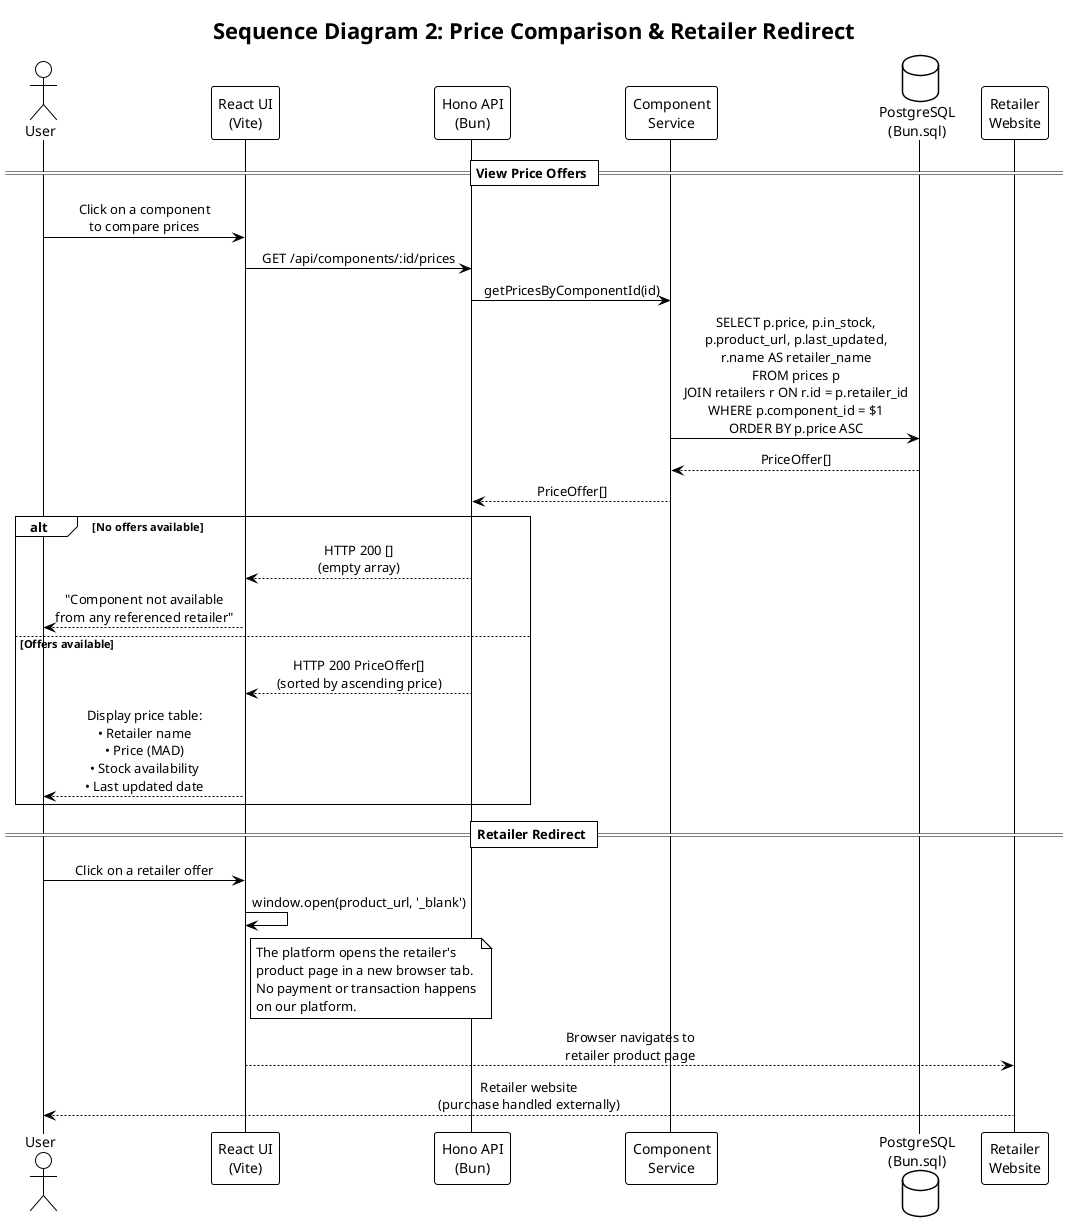
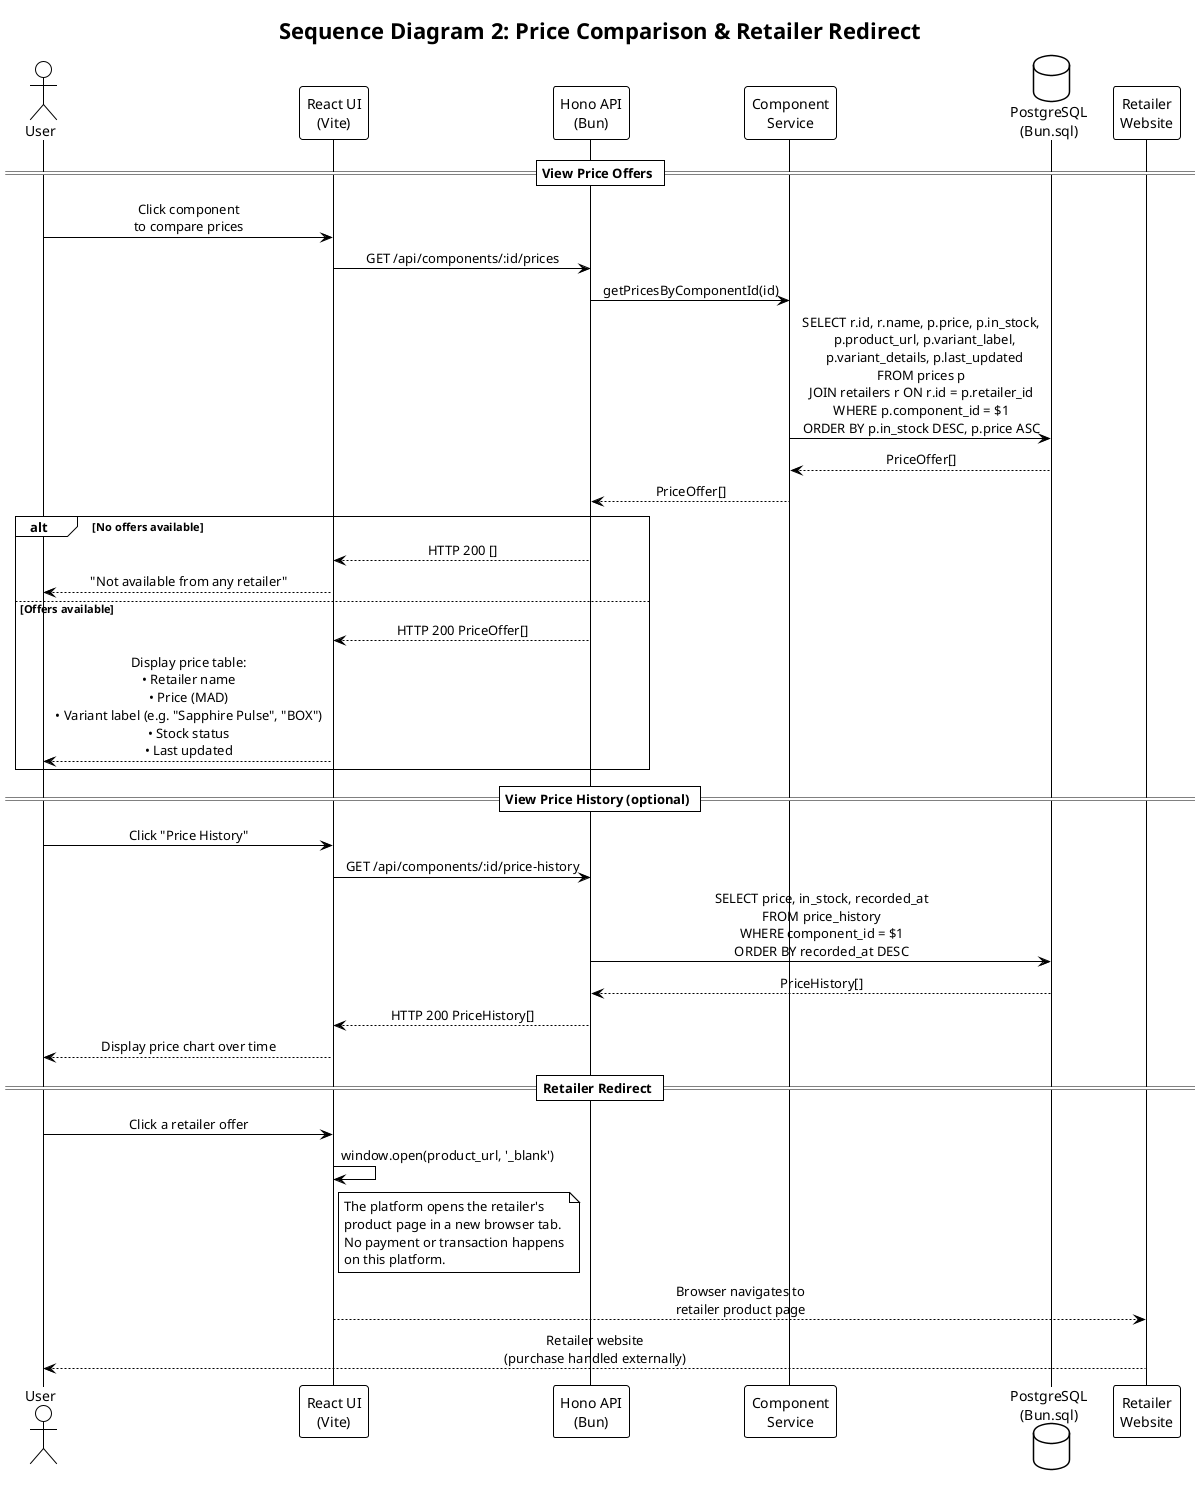
@startuml Sequence 2 - Price Comparison
!theme plain
skinparam sequenceMessageAlign center
skinparam responseMessageBelowArrow true

title Sequence Diagram 2: Price Comparison & Retailer Redirect

actor "User" as user
participant "React UI\n(Vite)" as ui
participant "Hono API\n(Bun)" as api
participant "Component\nService" as service
database "PostgreSQL\n(Bun.sql)" as db
participant "Retailer\nWebsite" as retailer

== View Price Offers ==

- user -> ui : Click on a component\nto compare prices
+ user -> ui : Click component\nto compare prices
ui -> api : GET /api/components/:id/prices
api -> service : getPricesByComponentId(id)

- service -> db : SELECT p.price, p.in_stock,\np.product_url, p.last_updated,\nr.name AS retailer_name\nFROM prices p\nJOIN retailers r ON r.id = p.retailer_id\nWHERE p.component_id = $1\nORDER BY p.price ASC
+ service -> db : SELECT r.id, r.name, p.price, p.in_stock,\n  p.product_url, p.variant_label,\n  p.variant_details, p.last_updated\nFROM prices p\nJOIN retailers r ON r.id = p.retailer_id\nWHERE p.component_id = $1\nORDER BY p.in_stock DESC, p.price ASC

db --> service : PriceOffer[]
service --> api : PriceOffer[]

alt No offers available
-   api --> ui : HTTP 200 []\n(empty array)
-   ui --> user : "Component not available\nfrom any referenced retailer"
+   api --> ui : HTTP 200 []
+   ui --> user : "Not available from any retailer"
else Offers available
-   api --> ui : HTTP 200 PriceOffer[]\n(sorted by ascending price)
-   ui --> user : Display price table:\n• Retailer name\n• Price (MAD)\n• Stock availability\n• Last updated date
+   api --> ui : HTTP 200 PriceOffer[]
+   ui --> user : Display price table:\n• Retailer name\n• Price (MAD)\n• Variant label (e.g. "Sapphire Pulse", "BOX")\n• Stock status\n• Last updated
end
+ 
+ == View Price History (optional) ==
+ 
+ user -> ui : Click "Price History"
+ ui -> api : GET /api/components/:id/price-history
+ api -> db : SELECT price, in_stock, recorded_at\nFROM price_history\nWHERE component_id = $1\nORDER BY recorded_at DESC
+ db --> api : PriceHistory[]
+ api --> ui : HTTP 200 PriceHistory[]
+ ui --> user : Display price chart over time

== Retailer Redirect ==

- user -> ui : Click on a retailer offer
+ user -> ui : Click a retailer offer
ui -> ui : window.open(product_url, '_blank')
+ 
note right of ui
  The platform opens the retailer's
  product page in a new browser tab.
  No payment or transaction happens
-   on our platform.
+   on this platform.
end note
+ 
ui --> retailer : Browser navigates to\nretailer product page
retailer --> user : Retailer website\n(purchase handled externally)

@enduml
